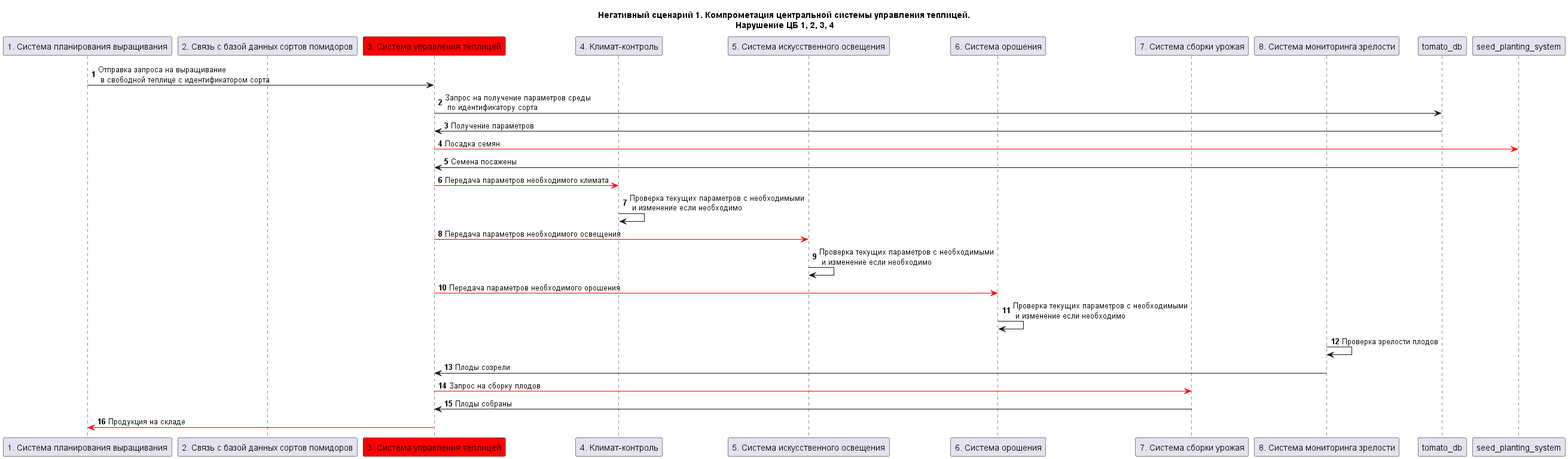
The PlantUML diagram KP/docs/img/ns/NS-1.png in LibSyfer/CyberImmunity, before a commit.
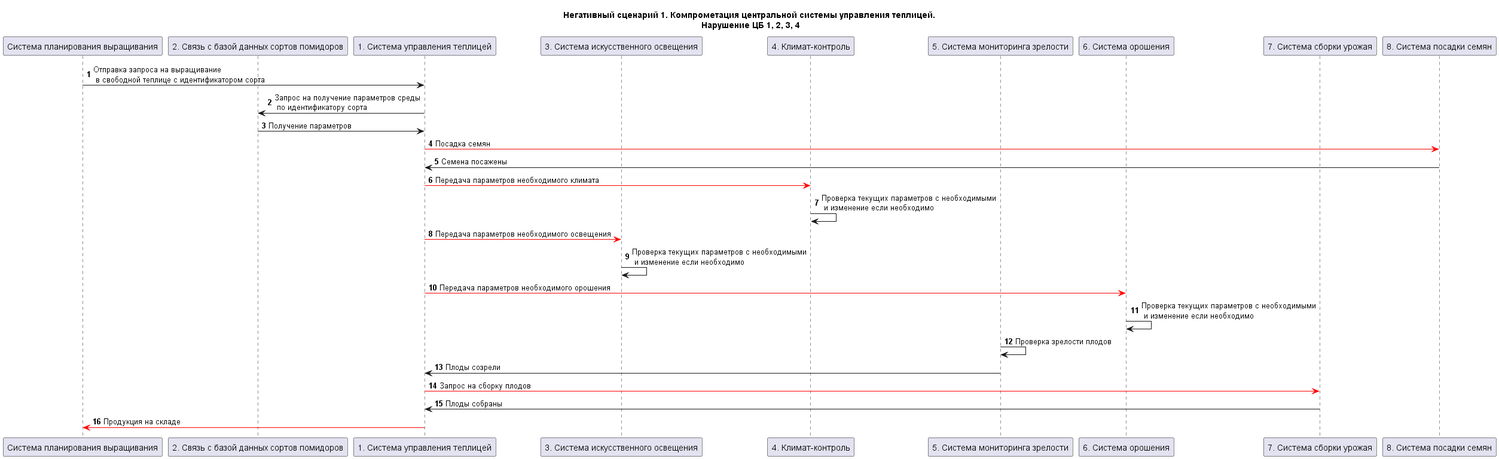
Later version of the same file.

Change to the diagram source:
```diff
@@ -2,21 +2,22 @@
 
 title "Негативный сценарий 1. Компрометация центральной системы управления теплицей.\n Нарушение ЦБ 1, 2, 3, 4"
 
-participant "1. Система планирования выращивания" as growing_manager_system
+participant "Система планирования выращивания" as growing_manager_system
 participant "2. Связь с базой данных сортов помидоров" as tomato_db_connection
-participant "3. Система управления теплицей" as greenhouse_manager_system #red
+participant "1. Система управления теплицей" as greenhouse_manager_system
+participant "3. Система искусственного освещения" as lighting_system
 participant "4. Климат-контроль" as climate_control
-participant "5. Система искусственного освещения" as lighting_system
+participant "5. Система мониторинга зрелости" as maturity_monitoring_system
 participant "6. Система орошения" as irrigation_system
 participant "7. Система сборки урожая" as harvest_system
-participant "8. Система мониторинга зрелости" as maturity_monitoring_system
+participant "8. Система посадки семян" as seed_planting_system
 
 autonumber
 
 growing_manager_system -> greenhouse_manager_system: Отправка запроса на выращивание\n в свободной теплице с идентификатором сорта
 
-greenhouse_manager_system -> tomato_db: Запрос на получение параметров среды\n по идентификатору сорта
-tomato_db -> greenhouse_manager_system: Получение параметров
+greenhouse_manager_system -> tomato_db_connection: Запрос на получение параметров среды\n по идентификатору сорта
+tomato_db_connection -> greenhouse_manager_system: Получение параметров
 
 greenhouse_manager_system -[#red]> seed_planting_system: Посадка семян
 seed_planting_system -> greenhouse_manager_system: Семена посажены
```
